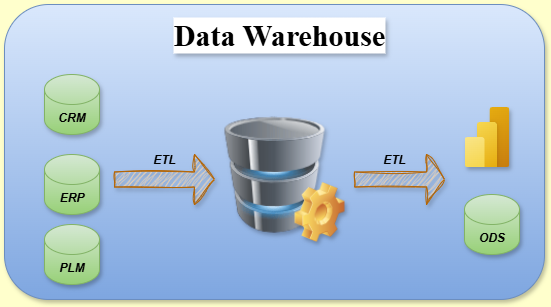
Above: Data_Warehouse.drawio.png in adityaanand355/ad-data-docs (draw.io), before the change. Source tidied: cells renumbered, new cells last; positions are measured from the earlier drawing's top-left corner, leaving out a move shared by most shapes. The source it was exported from:
```xml
<mxGraphModel background="#FFFFCC">
  <root>
    <mxCell id="0" />
    <mxCell id="1" parent="0" />
    <mxCell id="2" style="rounded=1;whiteSpace=wrap;html=1;fillColor=#dae8fc;strokeColor=#6c8ebf;gradientColor=#7ea6e0;glass=0;shadow=1;" parent="1" vertex="1">
      <mxGeometry width="540" height="295" as="geometry" />
    </mxCell>
    <mxCell id="3" style="image;html=1;image=img/lib/clip_art/computers/Database_128x128.png;shadow=1;" parent="1" vertex="1">
      <mxGeometry x="220" y="102.5" width="100" height="135" as="geometry" />
    </mxCell>
    <mxCell id="4" style="image;html=1;align=center;fontSize=12;image=img/lib/azure2/power_platform/PowerBI.svg;shadow=1;" parent="1" vertex="1">
      <mxGeometry x="460" y="102.5" width="45" height="60" as="geometry" />
    </mxCell>
    <mxCell id="5" value="&lt;b&gt;&lt;i&gt;ODS&lt;/i&gt;&lt;/b&gt;" style="shape=cylinder3;whiteSpace=wrap;html=1;boundedLbl=1;backgroundOutline=1;size=15;fillColor=#d5e8d4;strokeColor=#82b366;gradientColor=#97d077;shadow=1;" parent="1" vertex="1">
      <mxGeometry x="460" y="190" width="55" height="60" as="geometry" />
    </mxCell>
    <mxCell id="6" value="&lt;b&gt;&lt;i&gt;CRM&lt;/i&gt;&lt;/b&gt;" style="shape=cylinder3;whiteSpace=wrap;html=1;boundedLbl=1;backgroundOutline=1;size=15;fillColor=#d5e8d4;strokeColor=#82b366;gradientColor=#97d077;shadow=1;" parent="1" vertex="1">
      <mxGeometry x="40" y="70" width="55" height="60" as="geometry" />
    </mxCell>
    <mxCell id="7" value="&lt;b&gt;&lt;i&gt;ERP&lt;/i&gt;&lt;/b&gt;" style="shape=cylinder3;whiteSpace=wrap;html=1;boundedLbl=1;backgroundOutline=1;size=15;fillColor=#d5e8d4;strokeColor=#82b366;gradientColor=#97d077;shadow=1;" parent="1" vertex="1">
      <mxGeometry x="40" y="150" width="55" height="60" as="geometry" />
    </mxCell>
    <mxCell id="8" value="&lt;b&gt;&lt;i&gt;PLM&lt;/i&gt;&lt;/b&gt;" style="shape=cylinder3;whiteSpace=wrap;html=1;boundedLbl=1;backgroundOutline=1;size=15;fillColor=#d5e8d4;strokeColor=#82b366;gradientColor=#97d077;shadow=1;" parent="1" vertex="1">
      <mxGeometry x="40" y="220" width="55" height="60" as="geometry" />
    </mxCell>
    <mxCell id="9" style="shape=image;html=1;verticalLabelPosition=bottom;verticalAlign=top;imageAspect=0;image=img/clipart/Gear_128x128.png;shadow=1;" parent="1" vertex="1">
      <mxGeometry x="290" y="177.5" width="50" height="60" as="geometry" />
    </mxCell>
    <mxCell id="10" value="&lt;b&gt;&lt;i&gt;ETL&lt;/i&gt;&lt;/b&gt;" style="text;html=1;align=center;verticalAlign=middle;whiteSpace=wrap;rounded=0;" parent="1" vertex="1">
      <mxGeometry x="130" y="140" width="60" height="30" as="geometry" />
    </mxCell>
    <mxCell id="11" value="&lt;b&gt;ETL&lt;/b&gt;" style="text;html=1;align=center;verticalAlign=middle;whiteSpace=wrap;rounded=0;fontStyle=2;" parent="1" vertex="1">
      <mxGeometry x="360" y="140" width="60" height="30" as="geometry" />
    </mxCell>
    <mxCell id="12" style="shape=singleArrow;whiteSpace=wrap;html=1;fillColor=#fad7ac;strokeColor=#b46504;shadow=1;sketch=1;curveFitting=1;jiggle=2;" parent="1" vertex="1">
      <mxGeometry x="110" y="150" width="100" height="50" as="geometry" />
    </mxCell>
    <mxCell id="13" style="shape=singleArrow;whiteSpace=wrap;html=1;fillColor=#fad7ac;strokeColor=#b46504;shadow=1;rounded=0;sketch=1;curveFitting=1;jiggle=2;" parent="1" vertex="1">
      <mxGeometry x="350" y="150" width="90" height="50" as="geometry" />
    </mxCell>
    <mxCell id="14" value="Data Warehouse" style="text;html=1;align=center;verticalAlign=middle;whiteSpace=wrap;rounded=0;fontStyle=1;fontFamily=Times New Roman;fontSize=30;textShadow=1;labelBorderColor=none;labelBackgroundColor=default;" parent="1" vertex="1">
      <mxGeometry x="140" width="270" height="60" as="geometry" />
    </mxCell>
  </root>
</mxGraphModel>
```
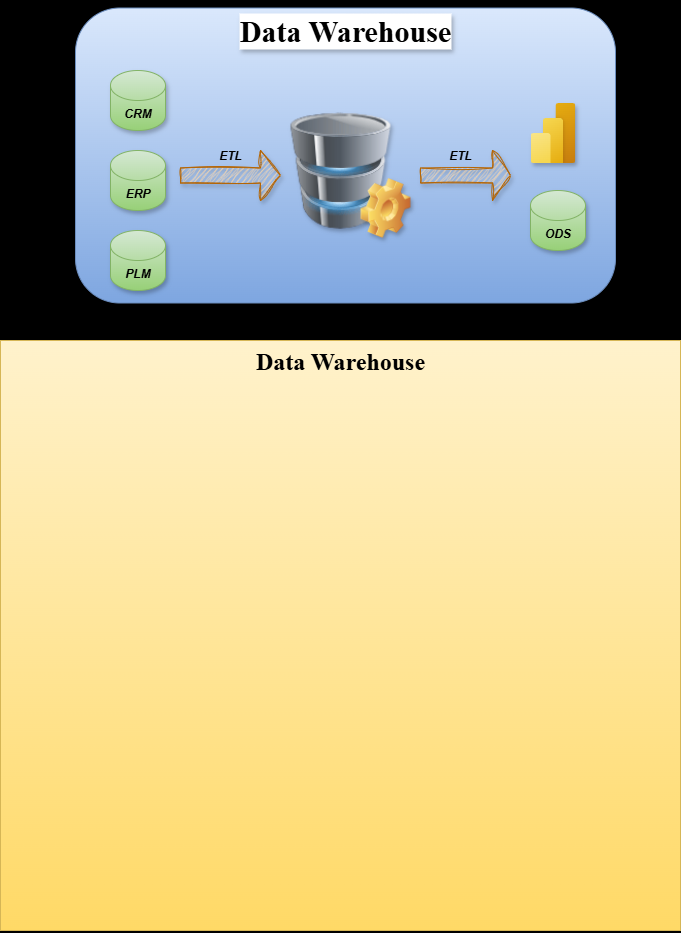
After the change.

Change to the diagram source:
```diff
@@ -1,9 +1,9 @@
-<mxGraphModel background="#FFFFCC">
+<mxGraphModel background="#000000">
   <root>
     <mxCell id="0" />
     <mxCell id="1" parent="0" />
     <mxCell id="2" style="rounded=1;whiteSpace=wrap;html=1;fillColor=#dae8fc;strokeColor=#6c8ebf;gradientColor=#7ea6e0;glass=0;shadow=1;" parent="1" vertex="1">
-      <mxGeometry width="540" height="295" as="geometry" />
+      <mxGeometry x="5" y="7.5" width="540" height="295" as="geometry" />
     </mxCell>
     <mxCell id="3" style="image;html=1;image=img/lib/clip_art/computers/Database_128x128.png;shadow=1;" parent="1" vertex="1">
       <mxGeometry x="220" y="102.5" width="100" height="135" as="geometry" />
@@ -21,7 +21,7 @@
       <mxGeometry x="40" y="150" width="55" height="60" as="geometry" />
     </mxCell>
     <mxCell id="8" value="&lt;b&gt;&lt;i&gt;PLM&lt;/i&gt;&lt;/b&gt;" style="shape=cylinder3;whiteSpace=wrap;html=1;boundedLbl=1;backgroundOutline=1;size=15;fillColor=#d5e8d4;strokeColor=#82b366;gradientColor=#97d077;shadow=1;" parent="1" vertex="1">
-      <mxGeometry x="40" y="220" width="55" height="60" as="geometry" />
+      <mxGeometry x="40" y="230" width="55" height="60" as="geometry" />
     </mxCell>
     <mxCell id="9" style="shape=image;html=1;verticalLabelPosition=bottom;verticalAlign=top;imageAspect=0;image=img/clipart/Gear_128x128.png;shadow=1;" parent="1" vertex="1">
       <mxGeometry x="290" y="177.5" width="50" height="60" as="geometry" />
@@ -41,5 +41,8 @@
     <mxCell id="14" value="Data Warehouse" style="text;html=1;align=center;verticalAlign=middle;whiteSpace=wrap;rounded=0;fontStyle=1;fontFamily=Times New Roman;fontSize=30;textShadow=1;labelBorderColor=none;labelBackgroundColor=default;" parent="1" vertex="1">
       <mxGeometry x="140" width="270" height="60" as="geometry" />
     </mxCell>
+    <mxCell id="15" value="&lt;h1 style=&quot;margin-top: 0px;&quot;&gt;&lt;font face=&quot;Times New Roman&quot;&gt;Data Warehouse&lt;/font&gt;&lt;/h1&gt;&lt;div&gt;&lt;br&gt;&lt;/div&gt;" style="text;html=1;whiteSpace=wrap;overflow=hidden;rounded=0;align=center;fillColor=#fff2cc;strokeColor=#d6b656;gradientColor=#ffd966;" parent="1" vertex="1">
+      <mxGeometry x="-70" y="340" width="680" height="590" as="geometry" />
+    </mxCell>
   </root>
 </mxGraphModel>
```
